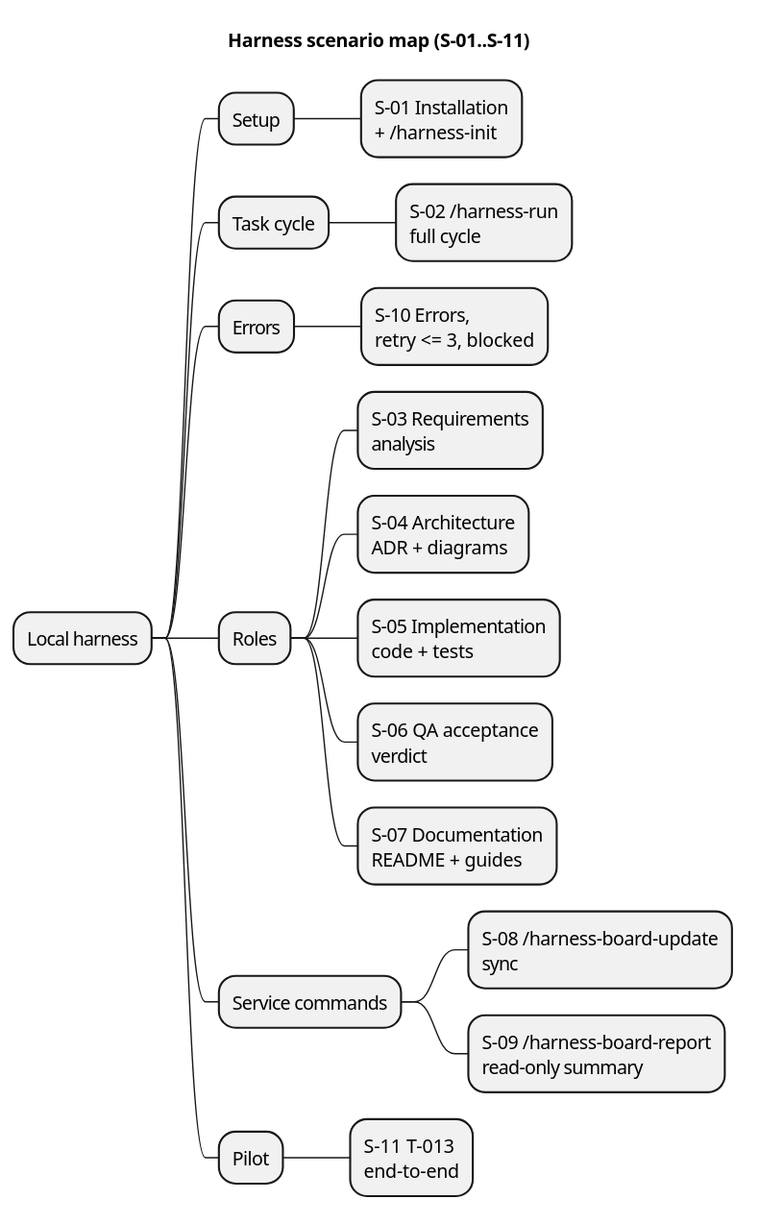
Earlier version of the PlantUML export docs/description/diagrams/scenario-map.svg (serge-sasov/harness).
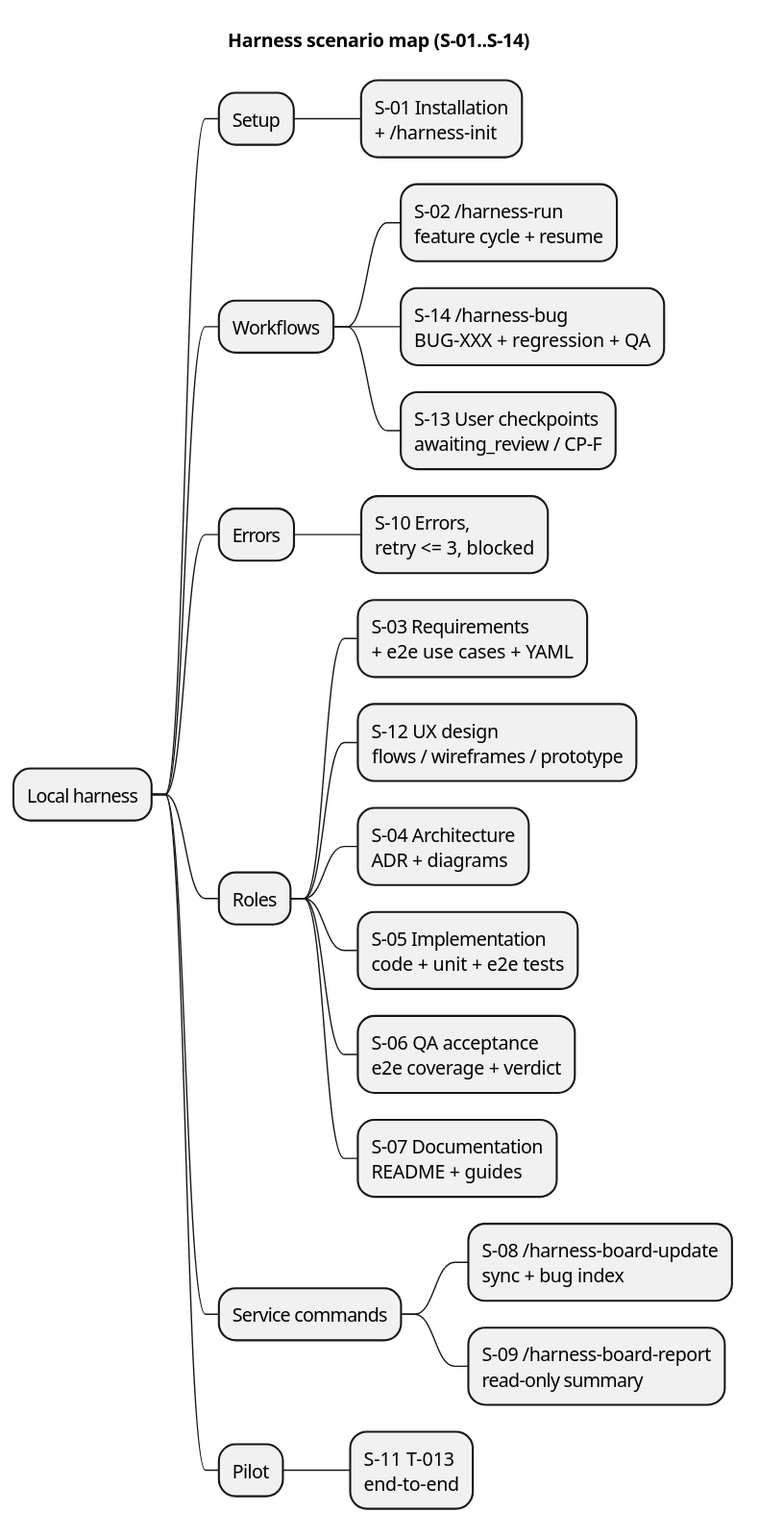
Later version of the same file.

Change to the diagram source:
```diff
@@ -1,22 +1,25 @@
 @startmindmap
 skinparam defaultFontName Segoe UI
-title Harness scenario map (S-01..S-11)
+title Harness scenario map (S-01..S-14)
 
 * Local harness
 ** Setup
 *** S-01 Installation\n+ /harness-init
-** Task cycle
-*** S-02 /harness-run\nfull cycle
+** Workflows
+*** S-02 /harness-run\nfeature cycle + resume
+*** S-14 /harness-bug\nBUG-XXX + regression + QA
+*** S-13 User checkpoints\nawaiting_review / CP-F
 ** Errors
 *** S-10 Errors,\nretry <= 3, blocked
 ** Roles
-*** S-03 Requirements\nanalysis
+*** S-03 Requirements\n+ e2e use cases + YAML
+*** S-12 UX design\nflows / wireframes / prototype
 *** S-04 Architecture\nADR + diagrams
-*** S-05 Implementation\ncode + tests
-*** S-06 QA acceptance\nverdict
+*** S-05 Implementation\ncode + unit + e2e tests
+*** S-06 QA acceptance\ne2e coverage + verdict
 *** S-07 Documentation\nREADME + guides
 ** Service commands
-*** S-08 /harness-board-update\nsync
+*** S-08 /harness-board-update\nsync + bug index
 *** S-09 /harness-board-report\nread-only summary
 ** Pilot
 *** S-11 T-013\nend-to-end
```
